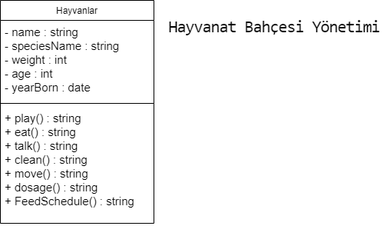
This is OOP/Hayvanat Bahçesi Yönetimi/Hayvanat Bahçesi Yönetimi.drawio.png from necati1054/patika, a draw.io export, as it was before one commit. Source tidied: cells renumbered, new cells last; positions are measured from the earlier drawing's top-left corner, leaving out a move shared by most shapes.
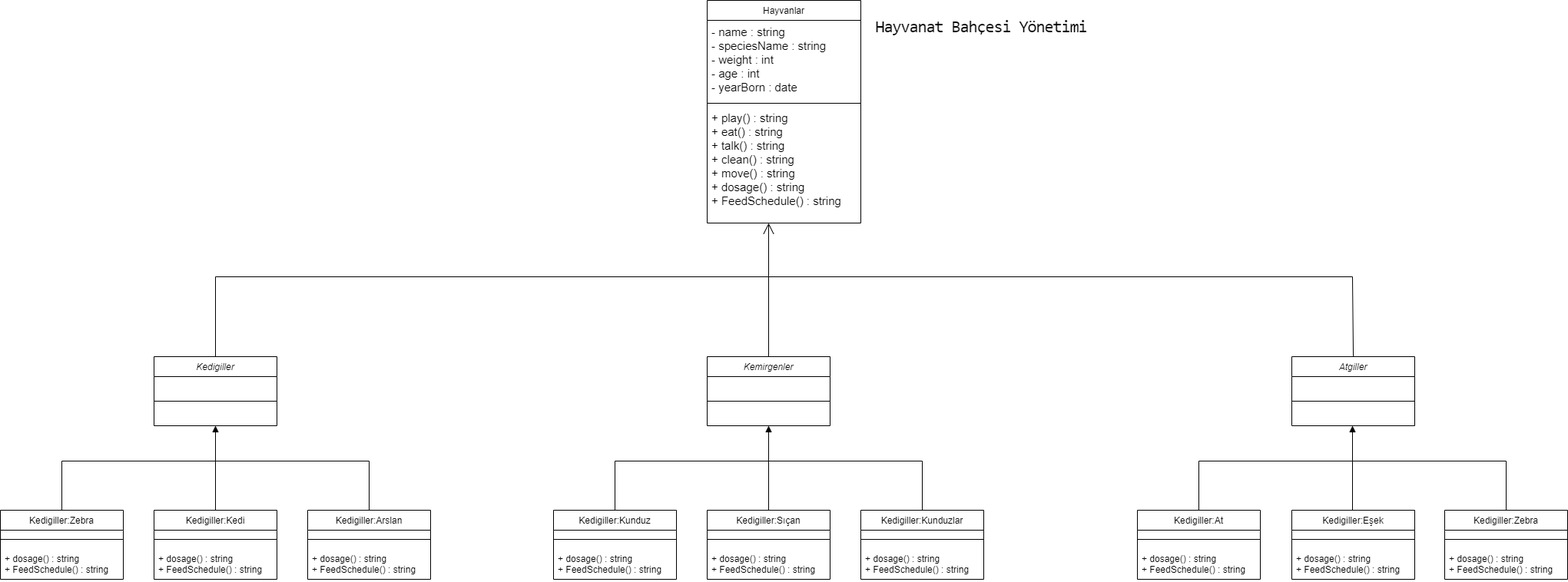
The same file after the commit.

Commit message:
Update Hayvanat Bahçesi Yönetimi

Diff of the diagram source:
```diff
@@ -17,5 +17,225 @@
     <mxCell id="6" value="+ play() : string&#10;+ eat() : string&#10;+ talk() : string&#10;+ clean() : string&#10;+ move() : string&#10;+ dosage() : string&#10;+ FeedSchedule() : string" style="text;strokeColor=none;fillColor=none;align=left;verticalAlign=top;spacingLeft=4;spacingRight=4;overflow=hidden;labelBackgroundColor=none;fontColor=default;fontSize=15;" parent="3" vertex="1">
       <mxGeometry y="138" width="200" height="152" as="geometry" />
     </mxCell>
+    <mxCell id="7" value="Kedigiller" style="swimlane;fontStyle=2;align=center;verticalAlign=top;horizontal=1;startSize=26;" parent="1" vertex="1">
+      <mxGeometry x="-720" y="464" width="160" height="90" as="geometry" />
+    </mxCell>
+    <mxCell id="8" style="line;strokeWidth=1;fillColor=none;align=left;verticalAlign=middle;spacingTop=-1;spacingLeft=3;spacingRight=3;labelPosition=right;" parent="7" vertex="1">
+      <mxGeometry y="26" width="160" height="64" as="geometry" />
+    </mxCell>
+    <mxCell id="9" value="Kemirgenler" style="swimlane;fontStyle=2;align=center;verticalAlign=top;horizontal=1;startSize=26;" parent="1" vertex="1">
+      <mxGeometry y="464" width="160" height="90" as="geometry" />
+    </mxCell>
+    <mxCell id="10" style="line;strokeWidth=1;fillColor=none;align=left;verticalAlign=middle;spacingTop=-1;spacingLeft=3;spacingRight=3;labelPosition=right;" parent="9" vertex="1">
+      <mxGeometry y="26" width="160" height="64" as="geometry" />
+    </mxCell>
+    <mxCell id="11" value="Atgiller" style="swimlane;fontStyle=2;align=center;verticalAlign=top;horizontal=1;startSize=26;" parent="1" vertex="1">
+      <mxGeometry x="761" y="464" width="160" height="90" as="geometry" />
+    </mxCell>
+    <mxCell id="12" style="line;strokeWidth=1;fillColor=none;align=left;verticalAlign=middle;spacingTop=-1;spacingLeft=3;spacingRight=3;labelPosition=right;" parent="11" vertex="1">
+      <mxGeometry y="26" width="160" height="64" as="geometry" />
+    </mxCell>
+    <mxCell id="13" value="Kedigiller:Zebra" style="swimlane;fontStyle=0;align=center;verticalAlign=top;horizontal=1;startSize=26;" parent="1" vertex="1">
+      <mxGeometry x="960" y="664" width="160" height="90" as="geometry" />
+    </mxCell>
+    <mxCell id="14" style="line;strokeWidth=1;fillColor=none;align=left;verticalAlign=middle;spacingTop=-1;spacingLeft=3;spacingRight=3;labelPosition=right;" parent="13" vertex="1">
+      <mxGeometry y="26" width="160" height="24" as="geometry" />
+    </mxCell>
+    <mxCell id="15" value="+ dosage() : string&#10;+ FeedSchedule() : string" style="text;strokeColor=none;fillColor=none;align=left;verticalAlign=top;spacingLeft=4;spacingRight=4;overflow=hidden;" parent="13" vertex="1">
+      <mxGeometry y="50" width="160" height="40" as="geometry" />
+    </mxCell>
+    <mxCell id="16" value="Kedigiller:Eşek" style="swimlane;fontStyle=0;align=center;verticalAlign=top;horizontal=1;startSize=26;" parent="1" vertex="1">
+      <mxGeometry x="761" y="664" width="160" height="90" as="geometry" />
+    </mxCell>
+    <mxCell id="17" style="line;strokeWidth=1;fillColor=none;align=left;verticalAlign=middle;spacingTop=-1;spacingLeft=3;spacingRight=3;labelPosition=right;" parent="16" vertex="1">
+      <mxGeometry y="26" width="160" height="24" as="geometry" />
+    </mxCell>
+    <mxCell id="18" value="+ dosage() : string&#10;+ FeedSchedule() : string" style="text;strokeColor=none;fillColor=none;align=left;verticalAlign=top;spacingLeft=4;spacingRight=4;overflow=hidden;" parent="16" vertex="1">
+      <mxGeometry y="50" width="160" height="40" as="geometry" />
+    </mxCell>
+    <mxCell id="19" value="Kedigiller:At" style="swimlane;fontStyle=0;align=center;verticalAlign=top;horizontal=1;startSize=26;" parent="1" vertex="1">
+      <mxGeometry x="560" y="664" width="160" height="90" as="geometry" />
+    </mxCell>
+    <mxCell id="20" style="line;strokeWidth=1;fillColor=none;align=left;verticalAlign=middle;spacingTop=-1;spacingLeft=3;spacingRight=3;labelPosition=right;" parent="19" vertex="1">
+      <mxGeometry y="26" width="160" height="24" as="geometry" />
+    </mxCell>
+    <mxCell id="21" value="+ dosage() : string&#10;+ FeedSchedule() : string" style="text;strokeColor=none;fillColor=none;align=left;verticalAlign=top;spacingLeft=4;spacingRight=4;overflow=hidden;" parent="19" vertex="1">
+      <mxGeometry y="50" width="160" height="40" as="geometry" />
+    </mxCell>
+    <mxCell id="22" value="Kedigiller:Sıçan" style="swimlane;fontStyle=0;align=center;verticalAlign=top;horizontal=1;startSize=26;" parent="1" vertex="1">
+      <mxGeometry y="664" width="160" height="90" as="geometry" />
+    </mxCell>
+    <mxCell id="23" style="line;strokeWidth=1;fillColor=none;align=left;verticalAlign=middle;spacingTop=-1;spacingLeft=3;spacingRight=3;labelPosition=right;" parent="22" vertex="1">
+      <mxGeometry y="26" width="160" height="24" as="geometry" />
+    </mxCell>
+    <mxCell id="24" value="+ dosage() : string&#10;+ FeedSchedule() : string" style="text;strokeColor=none;fillColor=none;align=left;verticalAlign=top;spacingLeft=4;spacingRight=4;overflow=hidden;" parent="22" vertex="1">
+      <mxGeometry y="50" width="160" height="40" as="geometry" />
+    </mxCell>
+    <mxCell id="25" value="Kedigiller:Kunduzlar" style="swimlane;fontStyle=0;align=center;verticalAlign=top;horizontal=1;startSize=26;" parent="1" vertex="1">
+      <mxGeometry x="200" y="664" width="160" height="90" as="geometry" />
+    </mxCell>
+    <mxCell id="26" style="line;strokeWidth=1;fillColor=none;align=left;verticalAlign=middle;spacingTop=-1;spacingLeft=3;spacingRight=3;labelPosition=right;" parent="25" vertex="1">
+      <mxGeometry y="26" width="160" height="24" as="geometry" />
+    </mxCell>
+    <mxCell id="27" value="+ dosage() : string&#10;+ FeedSchedule() : string" style="text;strokeColor=none;fillColor=none;align=left;verticalAlign=top;spacingLeft=4;spacingRight=4;overflow=hidden;" parent="25" vertex="1">
+      <mxGeometry y="50" width="160" height="40" as="geometry" />
+    </mxCell>
+    <mxCell id="28" value="Kedigiller:Kunduz" style="swimlane;fontStyle=0;align=center;verticalAlign=top;horizontal=1;startSize=26;" parent="1" vertex="1">
+      <mxGeometry x="-200" y="664" width="160" height="90" as="geometry" />
+    </mxCell>
+    <mxCell id="29" style="line;strokeWidth=1;fillColor=none;align=left;verticalAlign=middle;spacingTop=-1;spacingLeft=3;spacingRight=3;labelPosition=right;" parent="28" vertex="1">
+      <mxGeometry y="26" width="160" height="24" as="geometry" />
+    </mxCell>
+    <mxCell id="30" value="+ dosage() : string&#10;+ FeedSchedule() : string" style="text;strokeColor=none;fillColor=none;align=left;verticalAlign=top;spacingLeft=4;spacingRight=4;overflow=hidden;" parent="28" vertex="1">
+      <mxGeometry y="50" width="160" height="40" as="geometry" />
+    </mxCell>
+    <mxCell id="31" value="Kedigiller:Zebra" style="swimlane;fontStyle=0;align=center;verticalAlign=top;horizontal=1;startSize=26;" parent="1" vertex="1">
+      <mxGeometry x="-920" y="664" width="160" height="90" as="geometry" />
+    </mxCell>
+    <mxCell id="32" style="line;strokeWidth=1;fillColor=none;align=left;verticalAlign=middle;spacingTop=-1;spacingLeft=3;spacingRight=3;labelPosition=right;" parent="31" vertex="1">
+      <mxGeometry y="26" width="160" height="24" as="geometry" />
+    </mxCell>
+    <mxCell id="33" value="+ dosage() : string&#10;+ FeedSchedule() : string" style="text;strokeColor=none;fillColor=none;align=left;verticalAlign=top;spacingLeft=4;spacingRight=4;overflow=hidden;" parent="31" vertex="1">
+      <mxGeometry y="50" width="160" height="40" as="geometry" />
+    </mxCell>
+    <mxCell id="34" value="Kedigiller:Kedi" style="swimlane;fontStyle=0;align=center;verticalAlign=top;horizontal=1;startSize=26;" parent="1" vertex="1">
+      <mxGeometry x="-720" y="664" width="160" height="90" as="geometry" />
+    </mxCell>
+    <mxCell id="35" style="line;strokeWidth=1;fillColor=none;align=left;verticalAlign=middle;spacingTop=-1;spacingLeft=3;spacingRight=3;labelPosition=right;" parent="34" vertex="1">
+      <mxGeometry y="26" width="160" height="24" as="geometry" />
+    </mxCell>
+    <mxCell id="36" value="+ dosage() : string&#10;+ FeedSchedule() : string" style="text;strokeColor=none;fillColor=none;align=left;verticalAlign=top;spacingLeft=4;spacingRight=4;overflow=hidden;" parent="34" vertex="1">
+      <mxGeometry y="50" width="160" height="40" as="geometry" />
+    </mxCell>
+    <mxCell id="37" value="Kedigiller:Arslan" style="swimlane;fontStyle=0;align=center;verticalAlign=top;horizontal=1;startSize=26;" parent="1" vertex="1">
+      <mxGeometry x="-520" y="664" width="160" height="90" as="geometry" />
+    </mxCell>
+    <mxCell id="38" style="line;strokeWidth=1;fillColor=none;align=left;verticalAlign=middle;spacingTop=-1;spacingLeft=3;spacingRight=3;labelPosition=right;" parent="37" vertex="1">
+      <mxGeometry y="26" width="160" height="24" as="geometry" />
+    </mxCell>
+    <mxCell id="39" value="+ dosage() : string&#10;+ FeedSchedule() : string" style="text;strokeColor=none;fillColor=none;align=left;verticalAlign=top;spacingLeft=4;spacingRight=4;overflow=hidden;" parent="37" vertex="1">
+      <mxGeometry y="50" width="160" height="40" as="geometry" />
+    </mxCell>
+    <mxCell id="40" style="endArrow=open;endFill=1;endSize=12;html=1;rounded=0;exitX=0.5;exitY=0;exitDx=0;exitDy=0;" parent="1" edge="1" source="7">
+      <mxGeometry relative="1" as="geometry">
+        <mxPoint x="80" y="290" as="targetPoint" />
+        <Array as="points">
+          <mxPoint x="-640" y="360" />
+          <mxPoint x="80" y="360" />
+        </Array>
+      </mxGeometry>
+    </mxCell>
+    <mxCell id="41" style="endArrow=none;html=1;rounded=0;entryX=0.5;entryY=0;entryDx=0;entryDy=0;" parent="1" edge="1" target="9">
+      <mxGeometry relative="1" as="geometry">
+        <mxPoint x="80" y="360" as="sourcePoint" />
+      </mxGeometry>
+    </mxCell>
+    <mxCell id="42" style="endArrow=none;html=1;rounded=0;entryX=0.378;entryY=-0.009;entryDx=0;entryDy=0;entryPerimeter=0;" parent="1" edge="1">
+      <mxGeometry relative="1" as="geometry">
+        <mxPoint x="80" y="360" as="sourcePoint" />
+        <mxPoint x="841.1" y="464" as="targetPoint" />
+        <Array as="points">
+          <mxPoint x="840" y="360" />
+        </Array>
+      </mxGeometry>
+    </mxCell>
+    <mxCell id="43" style="endArrow=none;html=1;rounded=0;exitX=0.5;exitY=0;exitDx=0;exitDy=0;" parent="1" edge="1" source="31">
+      <mxGeometry relative="1" as="geometry">
+        <mxPoint x="-640" y="600" as="targetPoint" />
+        <Array as="points">
+          <mxPoint x="-840" y="600" />
+        </Array>
+      </mxGeometry>
+    </mxCell>
+    <mxCell id="44" style="endArrow=none;html=1;rounded=0;exitX=0.5;exitY=0;exitDx=0;exitDy=0;" parent="1" edge="1" source="37">
+      <mxGeometry relative="1" as="geometry">
+        <mxPoint x="-640" y="600" as="targetPoint" />
+        <Array as="points">
+          <mxPoint x="-440" y="600" />
+          <mxPoint x="-640" y="600" />
+        </Array>
+      </mxGeometry>
+    </mxCell>
+    <mxCell id="45" style="endArrow=none;html=1;rounded=0;exitX=0.5;exitY=0;exitDx=0;exitDy=0;" parent="1" edge="1" source="34">
+      <mxGeometry relative="1" as="geometry">
+        <mxPoint x="-640" y="600" as="targetPoint" />
+        <Array as="points">
+          <mxPoint x="-640" y="600" />
+        </Array>
+      </mxGeometry>
+    </mxCell>
+    <mxCell id="46" style="html=1;verticalAlign=bottom;endArrow=block;rounded=0;entryX=0.5;entryY=1;entryDx=0;entryDy=0;" parent="1" edge="1" target="7">
+      <mxGeometry relative="1" as="geometry">
+        <mxPoint x="-640" y="600" as="sourcePoint" />
+      </mxGeometry>
+    </mxCell>
+    <mxCell id="47" style="endArrow=none;html=1;rounded=0;exitX=0.5;exitY=0;exitDx=0;exitDy=0;" parent="1" edge="1">
+      <mxGeometry relative="1" as="geometry">
+        <mxPoint x="-120" y="664" as="sourcePoint" />
+        <mxPoint x="80" y="600" as="targetPoint" />
+        <Array as="points">
+          <mxPoint x="-120" y="600" />
+        </Array>
+      </mxGeometry>
+    </mxCell>
+    <mxCell id="48" style="endArrow=none;html=1;rounded=0;exitX=0.5;exitY=0;exitDx=0;exitDy=0;" parent="1" edge="1">
+      <mxGeometry relative="1" as="geometry">
+        <mxPoint x="280" y="664" as="sourcePoint" />
+        <mxPoint x="80" y="600" as="targetPoint" />
+        <Array as="points">
+          <mxPoint x="280" y="600" />
+          <mxPoint x="80" y="600" />
+        </Array>
+      </mxGeometry>
+    </mxCell>
+    <mxCell id="49" style="endArrow=none;html=1;rounded=0;exitX=0.5;exitY=0;exitDx=0;exitDy=0;" parent="1" edge="1">
+      <mxGeometry relative="1" as="geometry">
+        <mxPoint x="80" y="664" as="sourcePoint" />
+        <mxPoint x="80" y="600" as="targetPoint" />
+        <Array as="points">
+          <mxPoint x="80" y="600" />
+        </Array>
+      </mxGeometry>
+    </mxCell>
+    <mxCell id="50" style="html=1;verticalAlign=bottom;endArrow=block;rounded=0;entryX=0.5;entryY=1;entryDx=0;entryDy=0;" parent="1" edge="1">
+      <mxGeometry relative="1" as="geometry">
+        <mxPoint x="80" y="600" as="sourcePoint" />
+        <mxPoint x="80" y="554" as="targetPoint" />
+      </mxGeometry>
+    </mxCell>
+    <mxCell id="51" style="endArrow=none;html=1;rounded=0;exitX=0.5;exitY=0;exitDx=0;exitDy=0;" parent="1" edge="1">
+      <mxGeometry relative="1" as="geometry">
+        <mxPoint x="640" y="664" as="sourcePoint" />
+        <mxPoint x="840" y="600" as="targetPoint" />
+        <Array as="points">
+          <mxPoint x="640" y="600" />
+        </Array>
+      </mxGeometry>
+    </mxCell>
+    <mxCell id="52" style="endArrow=none;html=1;rounded=0;exitX=0.5;exitY=0;exitDx=0;exitDy=0;" parent="1" edge="1">
+      <mxGeometry relative="1" as="geometry">
+        <mxPoint x="1040" y="664" as="sourcePoint" />
+        <mxPoint x="840" y="600" as="targetPoint" />
+        <Array as="points">
+          <mxPoint x="1040" y="600" />
+          <mxPoint x="840" y="600" />
+        </Array>
+      </mxGeometry>
+    </mxCell>
+    <mxCell id="53" style="endArrow=none;html=1;rounded=0;exitX=0.5;exitY=0;exitDx=0;exitDy=0;" parent="1" edge="1">
+      <mxGeometry relative="1" as="geometry">
+        <mxPoint x="840" y="664" as="sourcePoint" />
+        <mxPoint x="840" y="600" as="targetPoint" />
+        <Array as="points">
+          <mxPoint x="840" y="600" />
+        </Array>
+      </mxGeometry>
+    </mxCell>
+    <mxCell id="54" style="html=1;verticalAlign=bottom;endArrow=block;rounded=0;entryX=0.5;entryY=1;entryDx=0;entryDy=0;" parent="1" edge="1">
+      <mxGeometry relative="1" as="geometry">
+        <mxPoint x="840" y="600" as="sourcePoint" />
+        <mxPoint x="840" y="554" as="targetPoint" />
+      </mxGeometry>
+    </mxCell>
   </root>
 </mxGraphModel>
```
